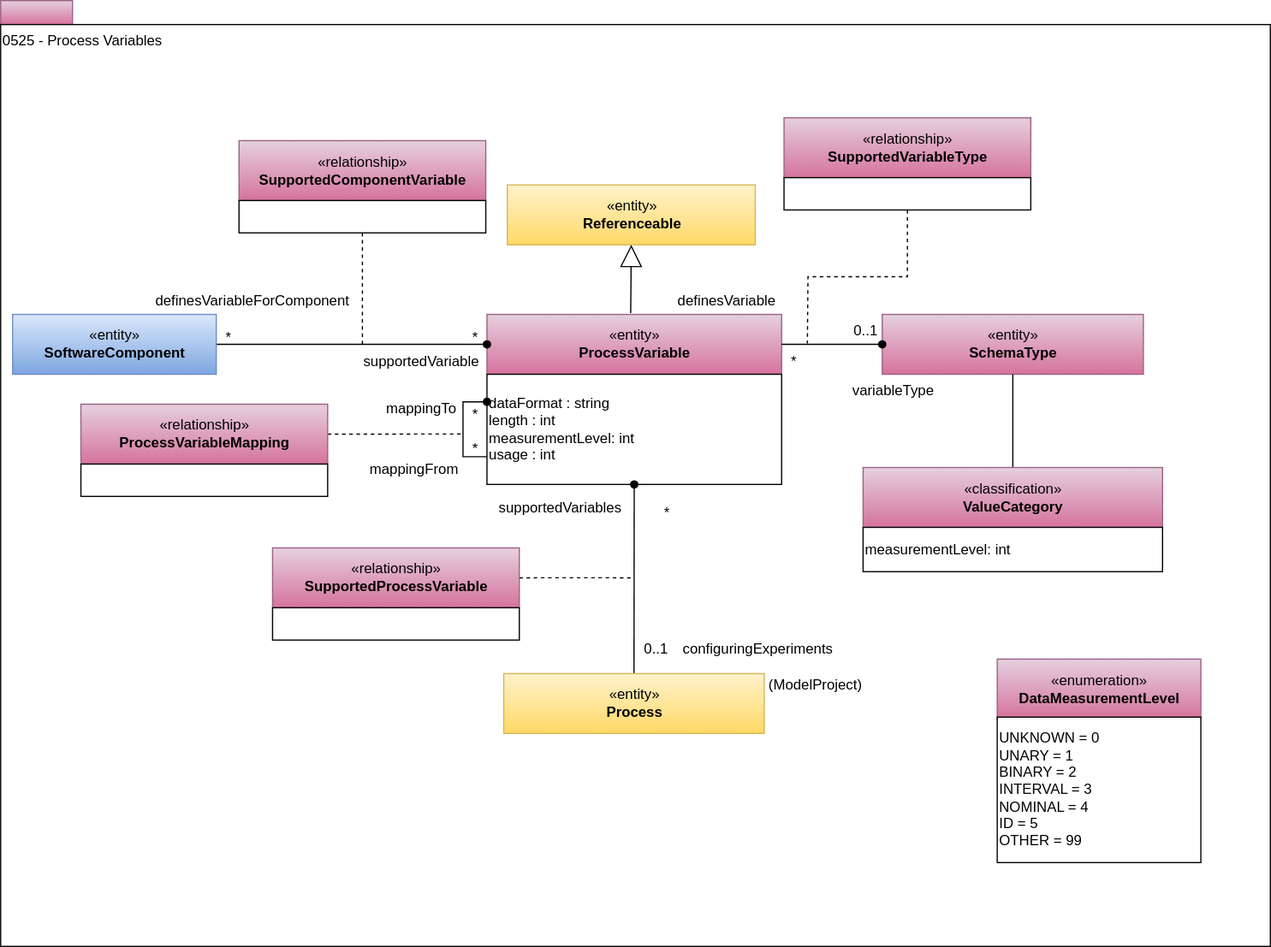
Above: site/docs/types/5/0525-Process-Variables.svg in odpi/egeria-docs (draw.io), before the change. Source tidied: cells renumbered, new cells last; positions are measured from the earlier drawing's top-left corner, leaving out a move shared by most shapes.
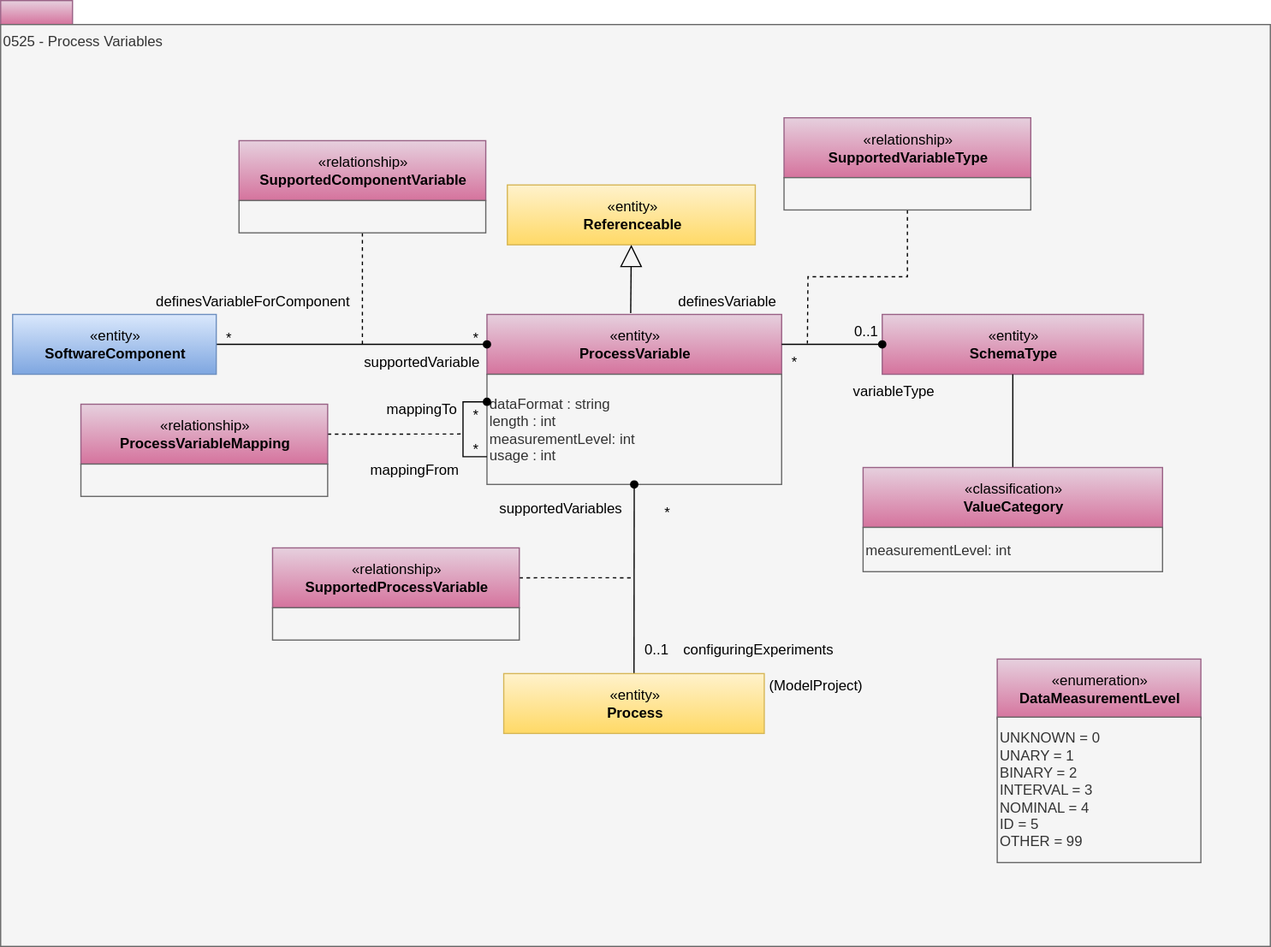
After the commit.

The edit, as a diff of the source:
```diff
@@ -5,13 +5,13 @@
     <mxCell id="2" style="rounded=0;whiteSpace=wrap;html=1;align=left;fillColor=#e6d0de;strokeColor=#996185;gradientColor=#d5739d;" parent="1" vertex="1">
       <mxGeometry width="60" height="20" as="geometry" />
     </mxCell>
-    <mxCell id="3" value="0525 - Process Variables" style="rounded=0;whiteSpace=wrap;html=1;align=left;verticalAlign=top;" parent="1" vertex="1">
+    <mxCell id="3" value="0525 - Process Variables" style="rounded=0;whiteSpace=wrap;html=1;align=left;verticalAlign=top;fillColor=#f5f5f5;fontColor=#333333;strokeColor=#666666;" parent="1" vertex="1">
       <mxGeometry y="20" width="1060" height="770" as="geometry" />
     </mxCell>
     <mxCell id="4" value="«entity»&lt;br&gt;&lt;b&gt;ProcessVariable&lt;/b&gt;" style="html=1;strokeColor=#996185;align=center;fillColor=#e6d0de;gradientColor=#d5739d;" parent="1" vertex="1">
       <mxGeometry x="406" y="262.1" width="246" height="50" as="geometry" />
     </mxCell>
-    <mxCell id="5" value="dataFormat : string&lt;br&gt;length : int&lt;br&gt;measurementLevel: int&lt;br&gt;usage : int&lt;br&gt;&lt;div style=&quot;text-align: left&quot;&gt;&lt;/div&gt;" style="rounded=0;whiteSpace=wrap;html=1;strokeColor=#000000;gradientColor=#ffffff;align=left;" parent="1" vertex="1">
+    <mxCell id="5" value="dataFormat : string&lt;br&gt;length : int&lt;br&gt;measurementLevel: int&lt;br&gt;usage : int&lt;br&gt;&lt;div style=&quot;text-align: left&quot;&gt;&lt;/div&gt;" style="rounded=0;whiteSpace=wrap;html=1;strokeColor=#666666;align=left;fillColor=#f5f5f5;fontColor=#333333;" parent="1" vertex="1">
       <mxGeometry x="406" y="312.1" width="246" height="92" as="geometry" />
     </mxCell>
     <mxCell id="6" value="«entity»&lt;br&gt;&lt;b&gt;SchemaType&lt;/b&gt;" style="html=1;strokeColor=#996185;align=center;fillColor=#e6d0de;gradientColor=#d5739d;" parent="1" vertex="1">
@@ -28,7 +28,7 @@
     <mxCell id="9" value="«relationship»&lt;br&gt;&lt;b&gt;SupportedVariableType&lt;/b&gt;" style="html=1;strokeColor=#996185;align=center;fillColor=#e6d0de;gradientColor=#d5739d;" parent="1" vertex="1">
       <mxGeometry x="654" y="97.9" width="206" height="50" as="geometry" />
     </mxCell>
-    <mxCell id="10" value="&lt;br&gt;&lt;div style=&quot;text-align: left&quot;&gt;&lt;/div&gt;" style="rounded=0;whiteSpace=wrap;html=1;strokeColor=#000000;gradientColor=#ffffff;align=left;" parent="1" vertex="1">
+    <mxCell id="10" value="&lt;br&gt;&lt;div style=&quot;text-align: left&quot;&gt;&lt;/div&gt;" style="rounded=0;whiteSpace=wrap;html=1;strokeColor=#666666;align=left;fillColor=#f5f5f5;fontColor=#333333;" parent="1" vertex="1">
       <mxGeometry x="654" y="147.9" width="206" height="27" as="geometry" />
     </mxCell>
     <mxCell id="11" style="rounded=0;jettySize=auto;html=1;exitX=0.5;exitY=0;exitDx=0;exitDy=0;endArrow=oval;endFill=1;endSize=6;" parent="1" edge="1" source="12" target="5">
@@ -48,7 +48,7 @@
     <mxCell id="15" value="«relationship»&lt;br&gt;&lt;b&gt;SupportedProcessVariable&lt;/b&gt;" style="html=1;strokeColor=#996185;align=center;fillColor=#e6d0de;gradientColor=#d5739d;" parent="1" vertex="1">
       <mxGeometry x="227" y="457.1" width="206" height="50" as="geometry" />
     </mxCell>
-    <mxCell id="16" value="&lt;br&gt;&lt;div style=&quot;text-align: left&quot;&gt;&lt;/div&gt;" style="rounded=0;whiteSpace=wrap;html=1;strokeColor=#000000;gradientColor=#ffffff;align=left;" parent="1" vertex="1">
+    <mxCell id="16" value="&lt;br&gt;&lt;div style=&quot;text-align: left&quot;&gt;&lt;/div&gt;" style="rounded=0;whiteSpace=wrap;html=1;strokeColor=#666666;align=left;fillColor=#f5f5f5;fontColor=#333333;" parent="1" vertex="1">
       <mxGeometry x="227" y="507.1" width="206" height="27" as="geometry" />
     </mxCell>
     <mxCell id="17" value="*" style="text;html=1;align=center;verticalAlign=middle;" parent="1" vertex="1">
@@ -66,7 +66,7 @@
     <mxCell id="21" value="«enumeration»&lt;br&gt;&lt;b&gt;DataMeasurementLevel&lt;/b&gt;" style="html=1;strokeColor=#996185;align=center;fillColor=#e6d0de;gradientColor=#d5739d;" parent="1" vertex="1">
       <mxGeometry x="832" y="550" width="170" height="50" as="geometry" />
     </mxCell>
-    <mxCell id="22" value="UNKNOWN = 0&lt;br&gt;UNARY = 1&lt;br&gt;BINARY = 2&lt;br&gt;INTERVAL = 3&lt;br&gt;NOMINAL = 4&lt;br&gt;ID = 5&lt;br&gt;OTHER = 99" style="rounded=0;whiteSpace=wrap;html=1;strokeColor=#000000;gradientColor=#ffffff;align=left;" parent="1" vertex="1">
+    <mxCell id="22" value="UNKNOWN = 0&lt;br&gt;UNARY = 1&lt;br&gt;BINARY = 2&lt;br&gt;INTERVAL = 3&lt;br&gt;NOMINAL = 4&lt;br&gt;ID = 5&lt;br&gt;OTHER = 99" style="rounded=0;whiteSpace=wrap;html=1;strokeColor=#666666;align=left;fillColor=#f5f5f5;fontColor=#333333;" parent="1" vertex="1">
       <mxGeometry x="832" y="598.5" width="170" height="121.5" as="geometry" />
     </mxCell>
     <mxCell id="23" style="edgeStyle=orthogonalEdgeStyle;rounded=0;jettySize=auto;html=1;endArrow=none;endFill=0;endSize=16;" parent="1" edge="1" source="24" target="6">
@@ -75,7 +75,7 @@
     <mxCell id="24" value="«classification»&lt;br&gt;&lt;b&gt;ValueCategory&lt;/b&gt;" style="html=1;strokeColor=#996185;align=center;fillColor=#e6d0de;gradientColor=#d5739d;" parent="1" vertex="1">
       <mxGeometry x="720" y="390" width="250" height="50" as="geometry" />
     </mxCell>
-    <mxCell id="25" value="measurementLevel: int&lt;br&gt;&lt;div style=&quot;text-align: left&quot;&gt;&lt;/div&gt;" style="rounded=0;whiteSpace=wrap;html=1;strokeColor=#000000;gradientColor=#ffffff;align=left;" parent="1" vertex="1">
+    <mxCell id="25" value="measurementLevel: int&lt;br&gt;&lt;div style=&quot;text-align: left&quot;&gt;&lt;/div&gt;" style="rounded=0;whiteSpace=wrap;html=1;strokeColor=#666666;align=left;fillColor=#f5f5f5;fontColor=#333333;" parent="1" vertex="1">
       <mxGeometry x="720" y="440" width="250" height="37" as="geometry" />
     </mxCell>
     <mxCell id="26" value="*" style="text;html=1;align=center;verticalAlign=middle;" parent="1" vertex="1">
@@ -110,7 +110,7 @@
     <mxCell id="33" value="«relationship»&lt;br&gt;&lt;b&gt;SupportedComponentVariable&lt;/b&gt;" style="html=1;strokeColor=#996185;align=center;fillColor=#e6d0de;gradientColor=#d5739d;" parent="1" vertex="1">
       <mxGeometry x="199" y="117" width="206" height="50" as="geometry" />
     </mxCell>
-    <mxCell id="34" value="&lt;br&gt;&lt;div style=&quot;text-align: left&quot;&gt;&lt;/div&gt;" style="rounded=0;whiteSpace=wrap;html=1;strokeColor=#000000;gradientColor=#ffffff;align=left;" parent="1" vertex="1">
+    <mxCell id="34" value="&lt;br&gt;&lt;div style=&quot;text-align: left&quot;&gt;&lt;/div&gt;" style="rounded=0;whiteSpace=wrap;html=1;strokeColor=#666666;align=left;fillColor=#f5f5f5;fontColor=#333333;" parent="1" vertex="1">
       <mxGeometry x="199" y="167" width="206" height="27" as="geometry" />
     </mxCell>
     <mxCell id="35" value="*" style="text;html=1;align=center;verticalAlign=middle;" parent="1" vertex="1">
@@ -133,7 +133,7 @@
     <mxCell id="40" value="«relationship»&lt;br&gt;&lt;b&gt;ProcessVariableMapping&lt;/b&gt;" style="html=1;strokeColor=#996185;align=center;fillColor=#e6d0de;gradientColor=#d5739d;" parent="1" vertex="1">
       <mxGeometry x="67" y="337.1" width="206" height="50" as="geometry" />
     </mxCell>
-    <mxCell id="41" value="&lt;br&gt;&lt;div style=&quot;text-align: left&quot;&gt;&lt;/div&gt;" style="rounded=0;whiteSpace=wrap;html=1;strokeColor=#000000;gradientColor=#ffffff;align=left;" parent="1" vertex="1">
+    <mxCell id="41" value="&lt;br&gt;&lt;div style=&quot;text-align: left&quot;&gt;&lt;/div&gt;" style="rounded=0;whiteSpace=wrap;html=1;strokeColor=#666666;align=left;fillColor=#f5f5f5;fontColor=#333333;" parent="1" vertex="1">
       <mxGeometry x="67" y="387.1" width="206" height="27" as="geometry" />
     </mxCell>
     <mxCell id="42" value="*" style="text;html=1;align=center;verticalAlign=middle;" parent="1" vertex="1">
```
